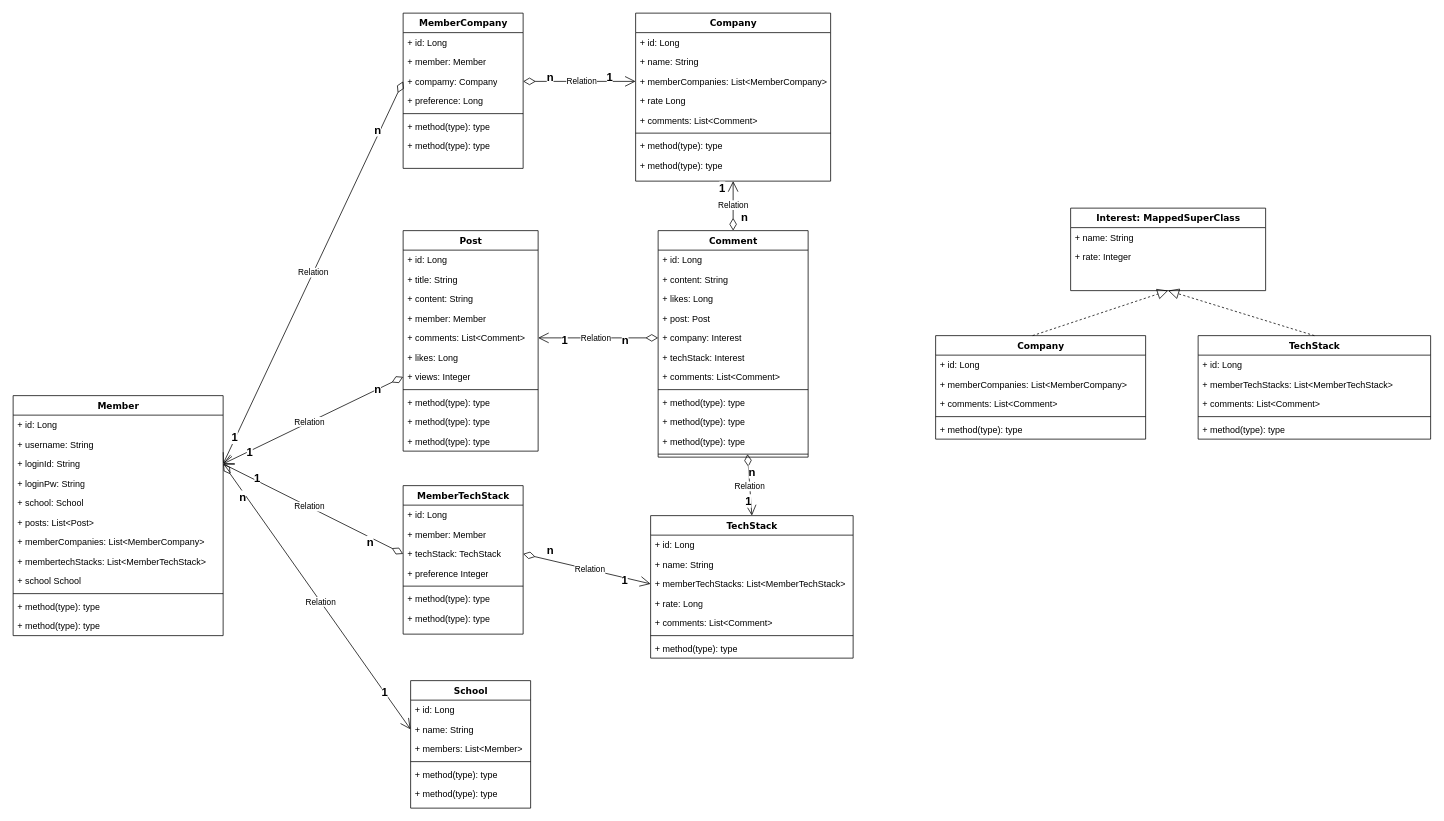
The draw.io diagram src/main/resources/static/클래스 다이어그램.drawio in ChungComi/Server, before the edit. Source tidied: cells renumbered, new cells numbered last; positions are measured from the earlier drawing's top-left corner, leaving out a move shared by most shapes. Both pictures are drawn from the tidied source at 75%, with x=0, y=0 at pixel (13, 13).
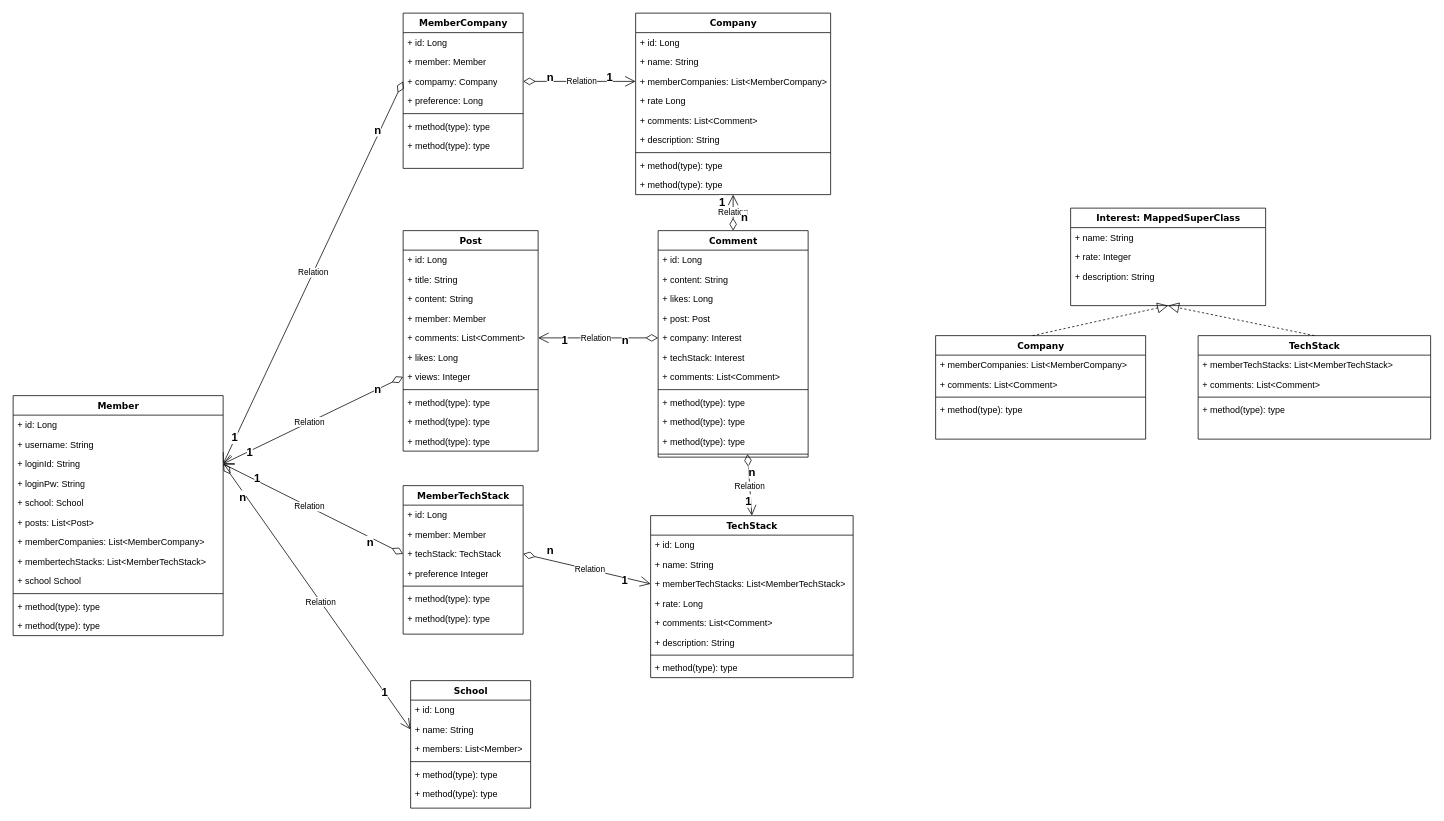
The same page after the edit.

Unchanged cells that the change refers to:
```xml
<mxCell id="110" value="TechStack" style="swimlane;html=1;fontStyle=1;align=center;verticalAlign=top;horizontal=1;startSize=26;swimlaneFillColor=#ffffff;rounded=0;shadow=0;comic=0;labelBackgroundColor=none;strokeWidth=1;fillColor=none;fontFamily=Verdana;fontSize=12;" parent="1" vertex="1">
  <mxGeometry x="1580" y="430" width="310" height="138" as="geometry" />
</mxCell>
<mxCell id="116" value="Company&lt;div&gt;&lt;br&gt;&lt;/div&gt;" style="swimlane;html=1;fontStyle=1;align=center;verticalAlign=top;horizontal=1;startSize=26;swimlaneFillColor=#ffffff;rounded=0;shadow=0;comic=0;labelBackgroundColor=none;strokeWidth=1;fillColor=none;fontFamily=Verdana;fontSize=12;" parent="1" vertex="1">
  <mxGeometry x="1230" y="430" width="280" height="138" as="geometry" />
</mxCell>
```

The edit, as a diff of the source:
```diff
@@
     <mxCell id="23" value="Company&lt;div&gt;&lt;br&gt;&lt;/div&gt;" style="swimlane;html=1;fontStyle=1;align=center;verticalAlign=top;horizontal=1;startSize=26;swimlaneFillColor=#ffffff;rounded=0;shadow=0;comic=0;labelBackgroundColor=none;strokeWidth=1;fillColor=none;fontFamily=Verdana;fontSize=12;" parent="1" vertex="1">
-      <mxGeometry x="830" width="260" height="224" as="geometry" />
+      <mxGeometry x="830" width="260" height="242" as="geometry" />
     </mxCell>
@@
+    <mxCell id="124" value="+ description: String" style="text;html=1;strokeColor=none;fillColor=none;align=left;verticalAlign=top;spacingLeft=4;spacingRight=4;whiteSpace=wrap;overflow=hidden;" parent="23" vertex="1">
+      <mxGeometry y="156" width="260" height="26" as="geometry" />
+    </mxCell>
     <mxCell id="29" style="line;html=1;strokeWidth=1;fillColor=none;align=left;verticalAlign=middle;spacingTop=-1;spacingLeft=3;spacingRight=3;labelPosition=right;" parent="23" vertex="1">
-      <mxGeometry y="156" width="260" height="8" as="geometry" />
+      <mxGeometry y="182" width="260" height="8" as="geometry" />
     </mxCell>
     <mxCell id="30" value="+ method(type): type" style="text;html=1;strokeColor=none;fillColor=none;align=left;verticalAlign=top;spacingLeft=4;spacingRight=4;whiteSpace=wrap;overflow=hidden;" parent="23" vertex="1">
-      <mxGeometry y="164" width="260" height="26" as="geometry" />
+      <mxGeometry y="190" width="260" height="26" as="geometry" />
     </mxCell>
     <mxCell id="31" value="+ method(type): type" style="text;html=1;strokeColor=none;fillColor=none;align=left;verticalAlign=top;spacingLeft=4;spacingRight=4;whiteSpace=wrap;overflow=hidden;" parent="23" vertex="1">
-      <mxGeometry y="190" width="260" height="26" as="geometry" />
+      <mxGeometry y="216" width="260" height="26" as="geometry" />
     </mxCell>
@@
     <mxCell id="65" value="TechStack" style="swimlane;html=1;fontStyle=1;align=center;verticalAlign=top;horizontal=1;startSize=26;swimlaneFillColor=#ffffff;rounded=0;shadow=0;comic=0;labelBackgroundColor=none;strokeWidth=1;fillColor=none;fontFamily=Verdana;fontSize=12;" parent="1" vertex="1">
-      <mxGeometry x="850" y="670" width="270" height="190" as="geometry" />
+      <mxGeometry x="850" y="670" width="270" height="216" as="geometry" />
     </mxCell>
@@
+    <mxCell id="125" value="+ description: String" style="text;html=1;strokeColor=none;fillColor=none;align=left;verticalAlign=top;spacingLeft=4;spacingRight=4;whiteSpace=wrap;overflow=hidden;" parent="65" vertex="1">
+      <mxGeometry y="156" width="270" height="26" as="geometry" />
+    </mxCell>
     <mxCell id="71" style="line;html=1;strokeWidth=1;fillColor=none;align=left;verticalAlign=middle;spacingTop=-1;spacingLeft=3;spacingRight=3;labelPosition=right;" parent="65" vertex="1">
-      <mxGeometry y="156" width="270" height="8" as="geometry" />
+      <mxGeometry y="182" width="270" height="8" as="geometry" />
     </mxCell>
     <mxCell id="72" value="+ method(type): type" style="text;html=1;strokeColor=none;fillColor=none;align=left;verticalAlign=top;spacingLeft=4;spacingRight=4;whiteSpace=wrap;overflow=hidden;" parent="65" vertex="1">
-      <mxGeometry y="164" width="270" height="26" as="geometry" />
+      <mxGeometry y="190" width="270" height="26" as="geometry" />
     </mxCell>
@@
     <mxCell id="107" value="Interest: MappedSuperClass&lt;div&gt;&lt;br&gt;&lt;/div&gt;" style="swimlane;html=1;fontStyle=1;align=center;verticalAlign=top;horizontal=1;startSize=26;swimlaneFillColor=#ffffff;rounded=0;shadow=0;comic=0;labelBackgroundColor=none;strokeWidth=1;fillColor=none;fontFamily=Verdana;fontSize=12;" parent="1" vertex="1">
-      <mxGeometry x="1410" y="260" width="260" height="110" as="geometry" />
+      <mxGeometry x="1410" y="260" width="260" height="130" as="geometry" />
     </mxCell>
@@
+    <mxCell id="126" value="+ description: String" style="text;html=1;strokeColor=none;fillColor=none;align=left;verticalAlign=top;spacingLeft=4;spacingRight=4;whiteSpace=wrap;overflow=hidden;" parent="107" vertex="1">
+      <mxGeometry y="78" width="260" height="26" as="geometry" />
+    </mxCell>
+    <mxCell id="127" style="text;html=1;strokeColor=none;fillColor=none;align=left;verticalAlign=top;spacingLeft=4;spacingRight=4;whiteSpace=wrap;overflow=hidden;" parent="107" vertex="1">
+      <mxGeometry y="104" width="260" height="26" as="geometry" />
+    </mxCell>
@@
-    <mxCell id="111" value="+ id: Long" style="text;html=1;strokeColor=none;fillColor=none;align=left;verticalAlign=top;spacingLeft=4;spacingRight=4;whiteSpace=wrap;overflow=hidden;" parent="110" vertex="1">
-      <mxGeometry y="26" width="310" height="26" as="geometry" />
-    </mxCell>
     <mxCell id="112" value="+ memberTechStacks: List&amp;lt;MemberTechStack&amp;gt;" style="text;html=1;strokeColor=none;fillColor=none;align=left;verticalAlign=top;spacingLeft=4;spacingRight=4;whiteSpace=wrap;overflow=hidden;" parent="110" vertex="1">
-      <mxGeometry y="52" width="310" height="26" as="geometry" />
+      <mxGeometry y="26" width="310" height="26" as="geometry" />
     </mxCell>
     <mxCell id="113" value="+ comments: List&amp;lt;Comment&amp;gt;" style="text;html=1;strokeColor=none;fillColor=none;align=left;verticalAlign=top;spacingLeft=4;spacingRight=4;whiteSpace=wrap;overflow=hidden;" parent="110" vertex="1">
-      <mxGeometry y="78" width="310" height="26" as="geometry" />
+      <mxGeometry y="52" width="310" height="26" as="geometry" />
     </mxCell>
     <mxCell id="114" style="line;html=1;strokeWidth=1;fillColor=none;align=left;verticalAlign=middle;spacingTop=-1;spacingLeft=3;spacingRight=3;labelPosition=right;" parent="110" vertex="1">
-      <mxGeometry y="104" width="310" height="8" as="geometry" />
+      <mxGeometry y="78" width="310" height="8" as="geometry" />
     </mxCell>
     <mxCell id="115" value="+ method(type): type" style="text;html=1;strokeColor=none;fillColor=none;align=left;verticalAlign=top;spacingLeft=4;spacingRight=4;whiteSpace=wrap;overflow=hidden;" parent="110" vertex="1">
-      <mxGeometry y="112" width="310" height="26" as="geometry" />
+      <mxGeometry y="86" width="310" height="26" as="geometry" />
     </mxCell>
@@
-    <mxCell id="117" value="+ id: Long" style="text;html=1;strokeColor=none;fillColor=none;align=left;verticalAlign=top;spacingLeft=4;spacingRight=4;whiteSpace=wrap;overflow=hidden;" parent="116" vertex="1">
-      <mxGeometry y="26" width="280" height="26" as="geometry" />
-    </mxCell>
     <mxCell id="118" value="+ memberCompanies: List&amp;lt;MemberCompany&amp;gt;" style="text;html=1;strokeColor=none;fillColor=none;align=left;verticalAlign=top;spacingLeft=4;spacingRight=4;whiteSpace=wrap;overflow=hidden;" parent="116" vertex="1">
-      <mxGeometry y="52" width="280" height="26" as="geometry" />
+      <mxGeometry y="26" width="280" height="26" as="geometry" />
     </mxCell>
     <mxCell id="119" value="+ comments: List&amp;lt;Comment&amp;gt;" style="text;html=1;strokeColor=none;fillColor=none;align=left;verticalAlign=top;spacingLeft=4;spacingRight=4;whiteSpace=wrap;overflow=hidden;" parent="116" vertex="1">
-      <mxGeometry y="78" width="280" height="26" as="geometry" />
+      <mxGeometry y="52" width="280" height="26" as="geometry" />
     </mxCell>
     <mxCell id="120" style="line;html=1;strokeWidth=1;fillColor=none;align=left;verticalAlign=middle;spacingTop=-1;spacingLeft=3;spacingRight=3;labelPosition=right;" parent="116" vertex="1">
-      <mxGeometry y="104" width="280" height="8" as="geometry" />
+      <mxGeometry y="78" width="280" height="8" as="geometry" />
     </mxCell>
     <mxCell id="121" value="+ method(type): type" style="text;html=1;strokeColor=none;fillColor=none;align=left;verticalAlign=top;spacingLeft=4;spacingRight=4;whiteSpace=wrap;overflow=hidden;" parent="116" vertex="1">
-      <mxGeometry y="112" width="280" height="26" as="geometry" />
+      <mxGeometry y="86" width="280" height="26" as="geometry" />
     </mxCell>
```
